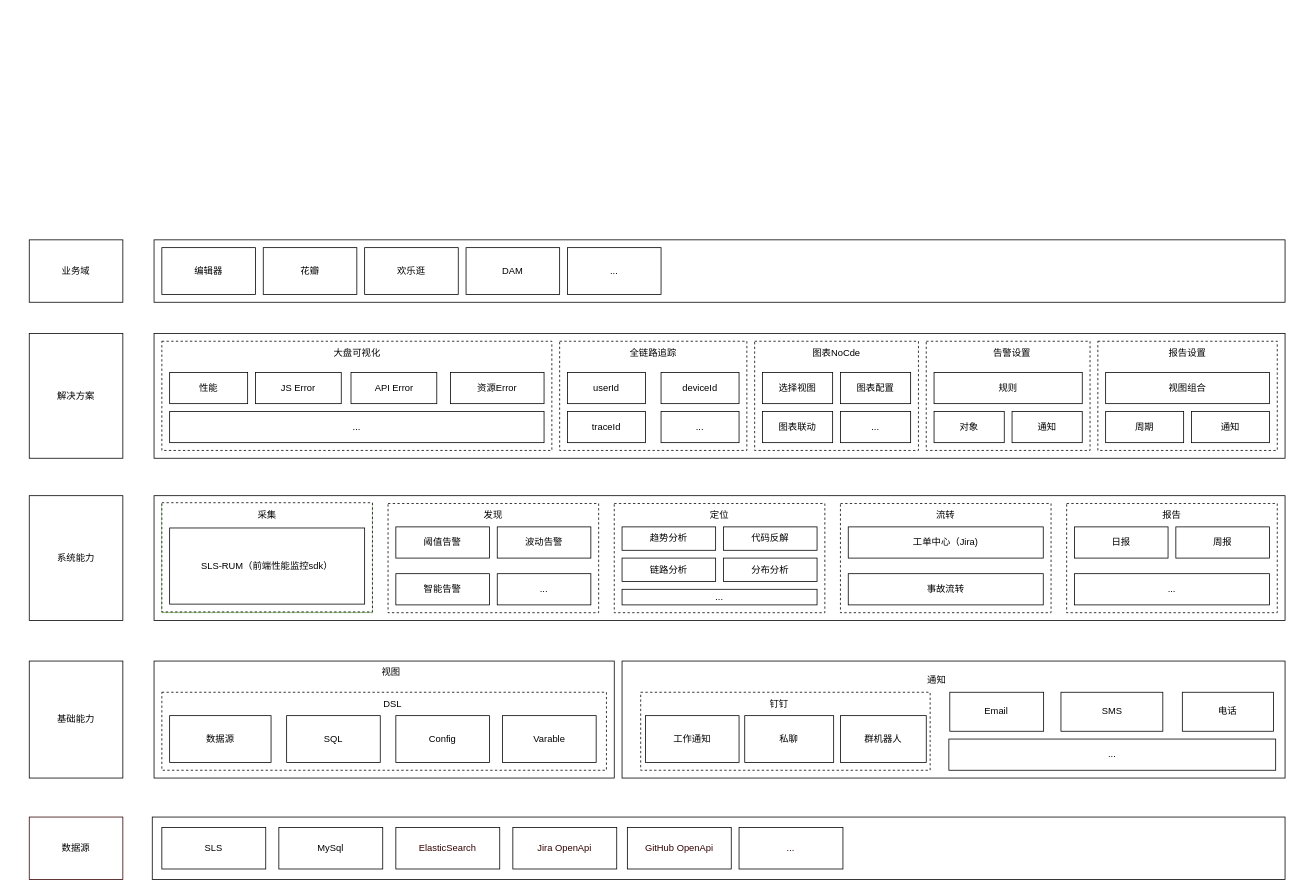
TNT-Likely/diagrams keeps this draw.io diagram as worker/质量大盘.drawio. Above is the earlier version. Source tidied: cells renumbered, new cells numbered last; positions are measured from the earlier drawing's top-left corner, leaving out a move shared by most shapes. Both pictures are drawn from the tidied source at 78%, with x=0, y=0 at pixel (13, 239).
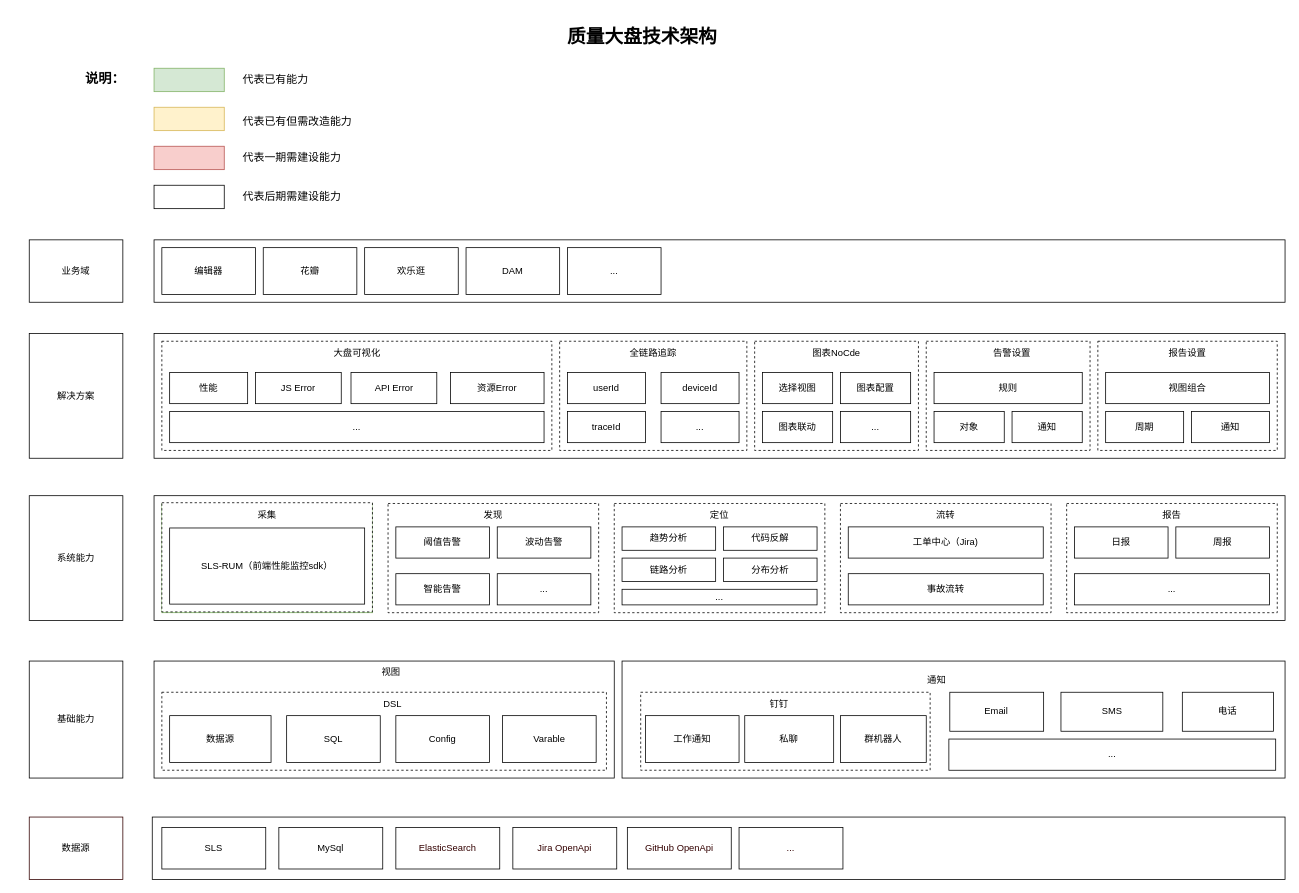
The same page after the edit.

Commit message (it also covers changes not shown here):
更新质量大盘.drawio

Change to the diagram source:
```diff
@@
+    <mxCell id="107" value="&lt;h1&gt;质量大盘技术架构&lt;/h1&gt;&lt;p&gt;&lt;br&gt;&lt;/p&gt;" style="text;html=1;strokeColor=none;fillColor=none;spacing=5;spacingTop=-20;whiteSpace=wrap;overflow=hidden;rounded=0;" parent="1" vertex="1">
+      <mxGeometry x="705" y="-280" width="240" height="40" as="geometry" />
+    </mxCell>
+    <mxCell id="108" value="说明：" style="text;html=1;strokeColor=none;fillColor=none;align=left;verticalAlign=middle;whiteSpace=wrap;rounded=0;fontStyle=1;fontSize=17;" parent="1" vertex="1">
+      <mxGeometry x="90" y="-220" width="60" height="30" as="geometry" />
+    </mxCell>
+    <mxCell id="109" style="rounded=0;whiteSpace=wrap;html=1;fillColor=#fff2cc;strokeColor=#d6b656;" parent="1" vertex="1">
+      <mxGeometry x="180" y="-170" width="90" height="30" as="geometry" />
+    </mxCell>
+    <mxCell id="110" value="代表已有但需改造能力" style="text;html=1;strokeColor=none;fillColor=none;align=left;verticalAlign=middle;whiteSpace=wrap;rounded=0;fontSize=14;" parent="1" vertex="1">
+      <mxGeometry x="292.3" y="-165" width="147.7" height="25" as="geometry" />
+    </mxCell>
+    <mxCell id="111" style="rounded=0;whiteSpace=wrap;html=1;fillColor=#f8cecc;strokeColor=#b85450;" parent="1" vertex="1">
+      <mxGeometry x="180" y="-120" width="90" height="30" as="geometry" />
+    </mxCell>
+    <mxCell id="112" value="代表一期需建设能力" style="text;html=1;strokeColor=none;fillColor=none;align=left;verticalAlign=middle;whiteSpace=wrap;rounded=0;fontSize=14;" parent="1" vertex="1">
+      <mxGeometry x="292.3" y="-120" width="127.7" height="30" as="geometry" />
+    </mxCell>
+    <mxCell id="113" style="rounded=0;whiteSpace=wrap;html=1;" parent="1" vertex="1">
+      <mxGeometry x="180" y="-70" width="90" height="30" as="geometry" />
+    </mxCell>
+    <mxCell id="114" value="代表后期需建设能力" style="text;html=1;strokeColor=none;fillColor=none;align=left;verticalAlign=middle;whiteSpace=wrap;rounded=0;fontSize=14;" parent="1" vertex="1">
+      <mxGeometry x="292.3" y="-70" width="127.7" height="30" as="geometry" />
+    </mxCell>
+    <mxCell id="115" style="rounded=0;whiteSpace=wrap;html=1;fillColor=#d5e8d4;strokeColor=#82b366;" parent="1" vertex="1">
+      <mxGeometry x="180" y="-220" width="90" height="30" as="geometry" />
+    </mxCell>
+    <mxCell id="116" value="代表已有能力" style="text;html=1;strokeColor=none;fillColor=none;align=left;verticalAlign=middle;whiteSpace=wrap;rounded=0;fontSize=14;" parent="1" vertex="1">
+      <mxGeometry x="292.3" y="-220" width="90" height="30" as="geometry" />
+    </mxCell>
```
